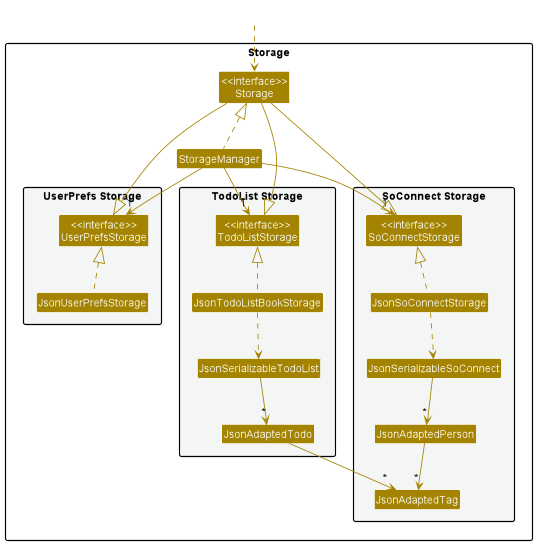
Before: docs/images/StorageClassDiagram.png, a diagram exported from PlantUML (nus-cs2103-AY2223S1/tp).
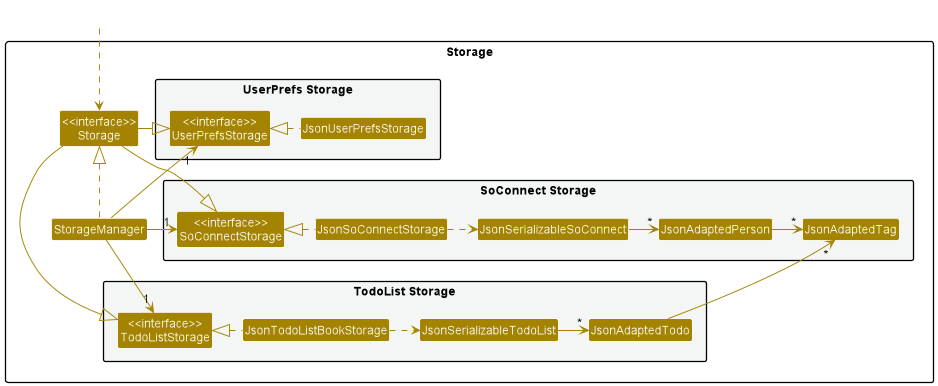
The same diagram one commit later.

The edit, as a diff of the source:
```diff
@@ -1,6 +1,6 @@
 @startuml
 !include style.puml
-scale 557*544
+scale 938*475
 skinparam arrowThickness 1.1
 skinparam arrowColor STORAGE_COLOR
 skinparam classBackgroundColor STORAGE_COLOR
@@ -35,23 +35,31 @@
 Class HiddenOutside #FFFFFF
 HiddenOutside ..> Storage
 
+Storage -up|> UserPrefsStorage
+Storage -right|> SoConnectStorage
+Storage -down|> TodoListStorage
+
 StorageManager .up.|> Storage
-StorageManager --> "1" UserPrefsStorage
-StorageManager --> "1" SoConnectStorage
-StorageManager --> "1" TodoListStorage
+StorageManager -up-> "1" UserPrefsStorage
+StorageManager -right-> "1" SoConnectStorage
+StorageManager -right-> "1" TodoListStorage
 
-Storage --|> UserPrefsStorage
-Storage --|> SoConnectStorage
-Storage --|> TodoListStorage
+SoConnectStorage -[hidden]-> TodoListStorage
+UserPrefsStorage -[hidden]-> SoConnectStorage
 
-JsonUserPrefsStorage .up.|> UserPrefsStorage
-JsonSoConnectStorage .up.|> SoConnectStorage
-JsonTodoListBookStorage .up.|> TodoListStorage
-JsonSoConnectStorage ..> JsonSerializableSoConnect
-JsonTodoListBookStorage ..> JsonSerializableTodoList
-JsonSerializableSoConnect --> "*" JsonAdaptedPerson
-JsonSerializableTodoList --> "*" JsonAdaptedTodo
-JsonAdaptedPerson --> "*" JsonAdaptedTag
-JsonAdaptedTodo --> "*" JsonAdaptedTag
+JsonUserPrefsStorage .left.|> UserPrefsStorage
+JsonSoConnectStorage .left.|> SoConnectStorage
+JsonTodoListBookStorage .left.|> TodoListStorage
+
+JsonSoConnectStorage .right.> JsonSerializableSoConnect
+JsonTodoListBookStorage .right.> JsonSerializableTodoList
+
+JsonSerializableSoConnect -right-> "*" JsonAdaptedPerson
+JsonSerializableTodoList -right-> "*" JsonAdaptedTodo
+
+JsonAdaptedPerson -right-> "*" JsonAdaptedTag
+JsonAdaptedTodo -up-> "*" JsonAdaptedTag
+
+
 
 @enduml
```
